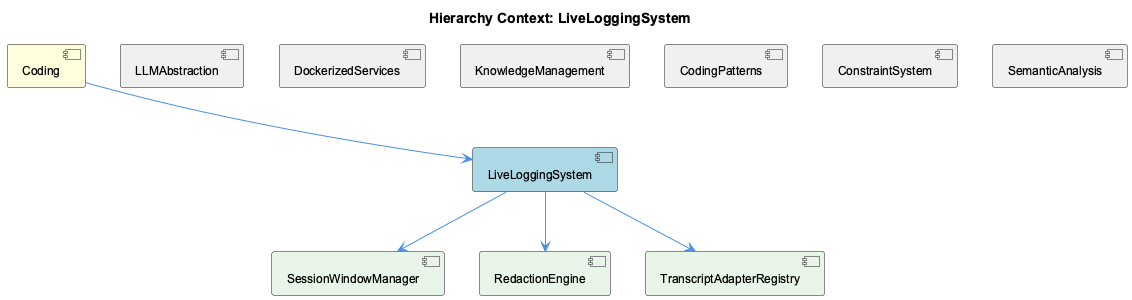
Before: knowledge-management/insights/images/live-logging-system-relationship.png, a diagram exported from PlantUML (fwornle/coding).
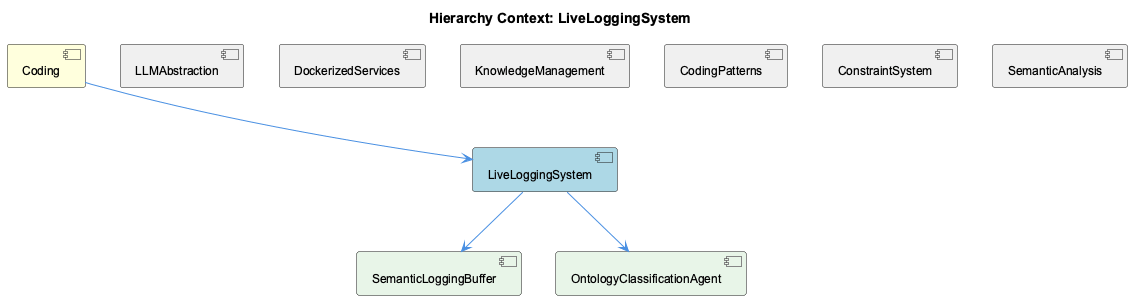
Above is the later version.

Change to the diagram source:
```diff
@@ -11,9 +11,8 @@
 [CodingPatterns] as coding_patterns #F0F0F0
 [ConstraintSystem] as constraint_system #F0F0F0
 [SemanticAnalysis] as semantic_analysis #F0F0F0
-[SessionWindowManager] as session_window_manager #E8F5E8
-[RedactionEngine] as redaction_engine #E8F5E8
-[TranscriptAdapterRegistry] as transcript_adapter_registry #E8F5E8
+[SemanticLoggingBuffer] as semantic_logging_buffer #E8F5E8
+[OntologyClassificationAgent] as ontology_classification_agent #E8F5E8
 
 coding --> live_logging_system
 llmabstraction -[hidden]- live_logging_system
@@ -22,8 +21,7 @@
 coding_patterns -[hidden]- live_logging_system
 constraint_system -[hidden]- live_logging_system
 semantic_analysis -[hidden]- live_logging_system
-live_logging_system --> session_window_manager
-live_logging_system --> redaction_engine
-live_logging_system --> transcript_adapter_registry
+live_logging_system --> semantic_logging_buffer
+live_logging_system --> ontology_classification_agent
 
 @enduml
```
